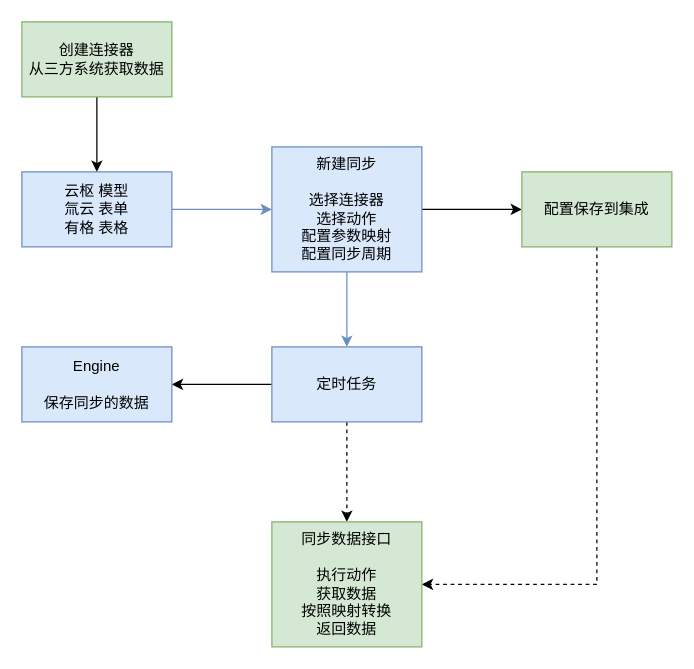
The draw.io diagram 同步表.drawio in zjie0723/Daily-notes, before the edit. Source tidied: cells renumbered, new cells numbered last; positions are measured from the earlier drawing's top-left corner, leaving out a move shared by most shapes. Both pictures are drawn from the tidied source at 125%, with x=0, y=0 at pixel (21, 21).
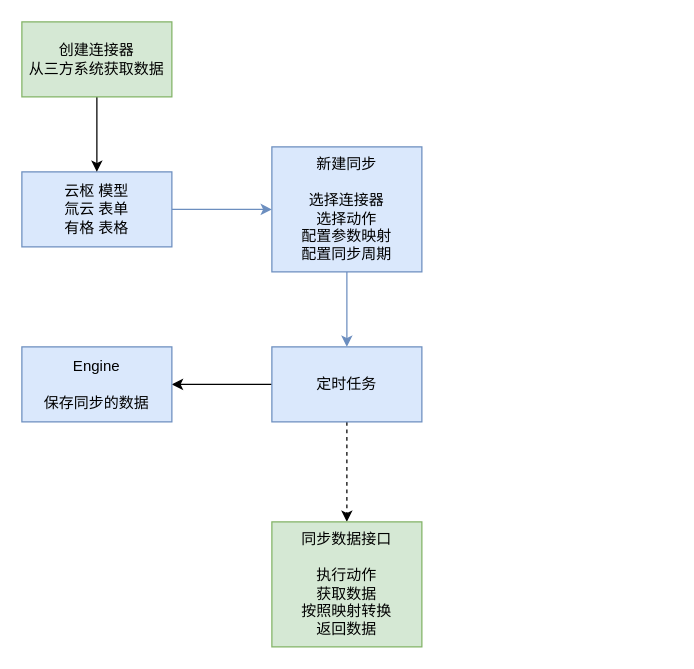
The same page after the edit.

What changed in the source:
```diff
@@
 <mxGraphModel>
   <root>
     <mxCell id="0" />
     <mxCell id="1" parent="0" />
     <mxCell id="2" style="edgeStyle=orthogonalEdgeStyle;rounded=0;jettySize=auto;html=1;fillColor=#dae8fc;strokeColor=#6c8ebf;" parent="1" edge="1" source="3" target="6">
       <mxGeometry relative="1" as="geometry" />
     </mxCell>
     <mxCell id="3" value="云枢 模型&lt;br&gt;氚云 表单&lt;br&gt;有格 表格" style="rounded=0;whiteSpace=wrap;html=1;fillColor=#dae8fc;strokeColor=#6c8ebf;" parent="1" vertex="1">
       <mxGeometry y="120" width="120" height="60" as="geometry" />
     </mxCell>
-    <mxCell id="4" style="edgeStyle=orthogonalEdgeStyle;rounded=0;jettySize=auto;html=1;" parent="1" edge="1" source="6" target="10">
-      <mxGeometry relative="1" as="geometry" />
-    </mxCell>
     <mxCell id="5" style="edgeStyle=orthogonalEdgeStyle;rounded=0;jettySize=auto;html=1;fillColor=#dae8fc;strokeColor=#6c8ebf;" parent="1" edge="1" source="6" target="13">
       <mxGeometry relative="1" as="geometry" />
     </mxCell>
     <mxCell id="6" value="新建同步&lt;br&gt;&lt;br&gt;选择连接器&lt;br&gt;选择动作&lt;br&gt;配置参数映射&lt;br&gt;配置同步周期" style="rounded=0;whiteSpace=wrap;html=1;fillColor=#dae8fc;strokeColor=#6c8ebf;" parent="1" vertex="1">
       <mxGeometry x="200" y="100" width="120" height="100" as="geometry" />
     </mxCell>
     <mxCell id="7" style="edgeStyle=orthogonalEdgeStyle;rounded=0;jettySize=auto;html=1;" parent="1" edge="1" source="8" target="3">
       <mxGeometry relative="1" as="geometry" />
     </mxCell>
     <mxCell id="8" value="创建连接器&lt;br&gt;从三方系统获取数据" style="rounded=0;whiteSpace=wrap;html=1;fillColor=#d5e8d4;strokeColor=#82b366;" parent="1" vertex="1">
       <mxGeometry width="120" height="60" as="geometry" />
     </mxCell>
-    <mxCell id="9" style="edgeStyle=orthogonalEdgeStyle;rounded=0;jettySize=auto;html=1;dashed=1;entryX=1;entryY=0.5;entryDx=0;entryDy=0;exitX=0.5;exitY=1;exitDx=0;exitDy=0;" parent="1" edge="1" source="10" target="14">
-      <mxGeometry relative="1" as="geometry" />
-    </mxCell>
-    <mxCell id="10" value="配置保存到集成" style="rounded=0;whiteSpace=wrap;html=1;fillColor=#d5e8d4;strokeColor=#82b366;" parent="1" vertex="1">
-      <mxGeometry x="400" y="120" width="120" height="60" as="geometry" />
-    </mxCell>
     <mxCell id="11" style="edgeStyle=orthogonalEdgeStyle;rounded=0;jettySize=auto;html=1;dashed=1;" parent="1" edge="1" source="13" target="14">
       <mxGeometry relative="1" as="geometry" />
     </mxCell>
     <mxCell id="12" style="edgeStyle=orthogonalEdgeStyle;rounded=0;jettySize=auto;html=1;" parent="1" edge="1" source="13" target="15">
       <mxGeometry relative="1" as="geometry" />
     </mxCell>
     <mxCell id="13" value="定时任务" style="rounded=0;whiteSpace=wrap;html=1;fillColor=#dae8fc;strokeColor=#6c8ebf;" parent="1" vertex="1">
       <mxGeometry x="200" y="260" width="120" height="60" as="geometry" />
     </mxCell>
     <mxCell id="14" value="同步数据接口&lt;br&gt;&lt;br&gt;执行动作&lt;br&gt;获取数据&lt;br&gt;按照映射转换&lt;br&gt;返回数据" style="rounded=0;whiteSpace=wrap;html=1;fillColor=#d5e8d4;strokeColor=#82b366;" parent="1" vertex="1">
       <mxGeometry x="200" y="400" width="120" height="100" as="geometry" />
     </mxCell>
     <mxCell id="15" value="Engine&lt;br&gt;&lt;br&gt;保存同步的数据" style="rounded=0;whiteSpace=wrap;html=1;fillColor=#dae8fc;strokeColor=#6c8ebf;" parent="1" vertex="1">
       <mxGeometry y="260" width="120" height="60" as="geometry" />
     </mxCell>
   </root>
 </mxGraphModel>
```
